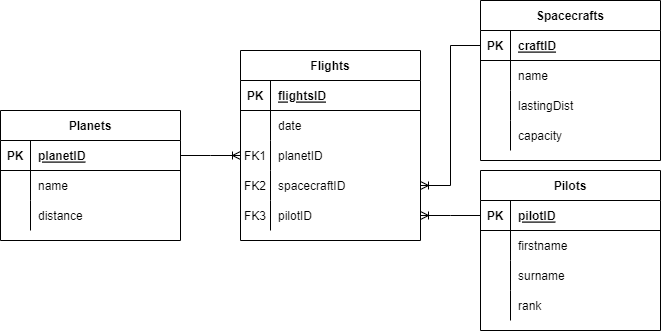
Kolesa-Education/kolesa-upgrade-homework-4 keeps this draw.io diagram as part1/task1.png. Above is the earlier version. Source tidied: cells renumbered, new cells last; positions are measured from the earlier drawing's top-left corner, leaving out a move shared by most shapes. The source it was exported from:
```xml
<mxGraphModel>
  <root>
    <mxCell id="0" />
    <mxCell id="1" parent="0" />
    <mxCell id="2" value="Flights" style="shape=table;startSize=30;rowLines=0;fontStyle=1;align=center;strokeColor=#000000;fontColor=#000000;fillColor=none;" parent="1" vertex="1">
      <mxGeometry x="240" y="50" width="180" height="190" as="geometry" />
    </mxCell>
    <mxCell id="3" style="shape=tableRow;horizontal=0;startSize=0;swimlaneHead=0;swimlaneBody=0;fillColor=none;top=0;left=0;right=0;bottom=1;strokeColor=#000000;fontColor=#000000;" parent="2" vertex="1">
      <mxGeometry y="30" width="180" height="30" as="geometry" />
    </mxCell>
    <mxCell id="4" value="PK" style="shape=partialRectangle;fillColor=none;top=0;left=0;bottom=0;right=0;fontStyle=1;overflow=hidden;strokeColor=#000000;fontColor=#000000;" parent="3" vertex="1">
      <mxGeometry width="30" height="30" as="geometry" />
    </mxCell>
    <mxCell id="5" value="flightsID" style="shape=partialRectangle;fillColor=none;top=0;left=0;bottom=0;right=0;align=left;spacingLeft=6;fontStyle=5;overflow=hidden;strokeColor=#000000;fontColor=#000000;" parent="3" vertex="1">
      <mxGeometry x="30" width="150" height="30" as="geometry" />
    </mxCell>
    <mxCell id="6" style="shape=tableRow;horizontal=0;startSize=0;swimlaneHead=0;swimlaneBody=0;fillColor=none;top=0;left=0;right=0;bottom=0;strokeColor=#000000;fontColor=#000000;" parent="2" vertex="1">
      <mxGeometry y="60" width="180" height="30" as="geometry" />
    </mxCell>
    <mxCell id="7" style="shape=partialRectangle;fillColor=none;top=0;left=0;bottom=0;right=0;overflow=hidden;strokeColor=#000000;fontColor=#000000;" parent="6" vertex="1">
      <mxGeometry width="30" height="30" as="geometry" />
    </mxCell>
    <mxCell id="8" value="date" style="shape=partialRectangle;fillColor=none;top=0;left=0;bottom=0;right=0;align=left;spacingLeft=6;overflow=hidden;strokeColor=#000000;fontColor=#000000;" parent="6" vertex="1">
      <mxGeometry x="30" width="150" height="30" as="geometry" />
    </mxCell>
    <mxCell id="9" style="shape=tableRow;horizontal=0;startSize=0;swimlaneHead=0;swimlaneBody=0;fillColor=none;points=[[0,0.5],[1,0.5]];portConstraint=eastwest;top=0;left=0;right=0;bottom=0;strokeColor=#000000;fontColor=#000000;" parent="2" vertex="1">
      <mxGeometry y="90" width="180" height="30" as="geometry" />
    </mxCell>
    <mxCell id="10" value="FK1" style="shape=partialRectangle;fillColor=none;top=0;left=0;bottom=0;right=0;overflow=hidden;strokeColor=#000000;fontColor=#000000;" parent="9" vertex="1">
      <mxGeometry width="30" height="30" as="geometry" />
    </mxCell>
    <mxCell id="11" value="planetID" style="shape=partialRectangle;fillColor=none;top=0;left=0;bottom=0;right=0;align=left;spacingLeft=6;overflow=hidden;strokeColor=#000000;fontColor=#000000;" parent="9" vertex="1">
      <mxGeometry x="30" width="150" height="30" as="geometry" />
    </mxCell>
    <mxCell id="12" style="shape=tableRow;horizontal=0;startSize=0;swimlaneHead=0;swimlaneBody=0;fillColor=none;points=[[0,0.5],[1,0.5]];portConstraint=eastwest;top=0;left=0;right=0;bottom=0;strokeColor=#000000;fontColor=#000000;" parent="2" vertex="1">
      <mxGeometry y="120" width="180" height="30" as="geometry" />
    </mxCell>
    <mxCell id="13" value="FK2" style="shape=partialRectangle;fillColor=none;top=0;left=0;bottom=0;right=0;overflow=hidden;strokeColor=#000000;fontColor=#000000;" parent="12" vertex="1">
      <mxGeometry width="30" height="30" as="geometry" />
    </mxCell>
    <mxCell id="14" value="spacecraftID" style="shape=partialRectangle;fillColor=none;top=0;left=0;bottom=0;right=0;align=left;spacingLeft=6;overflow=hidden;strokeColor=#000000;fontColor=#000000;" parent="12" vertex="1">
      <mxGeometry x="30" width="150" height="30" as="geometry" />
    </mxCell>
    <mxCell id="15" style="shape=tableRow;horizontal=0;startSize=0;swimlaneHead=0;swimlaneBody=0;fillColor=none;points=[[0,0.5],[1,0.5]];portConstraint=eastwest;top=0;left=0;right=0;bottom=0;strokeColor=#000000;fontColor=#000000;" parent="2" vertex="1">
      <mxGeometry y="150" width="180" height="30" as="geometry" />
    </mxCell>
    <mxCell id="16" value="FK3" style="shape=partialRectangle;fillColor=none;top=0;left=0;bottom=0;right=0;overflow=hidden;strokeColor=#000000;fontColor=#000000;" parent="15" vertex="1">
      <mxGeometry width="30" height="30" as="geometry" />
    </mxCell>
    <mxCell id="17" value="pilotID" style="shape=partialRectangle;fillColor=none;top=0;left=0;bottom=0;right=0;align=left;spacingLeft=6;overflow=hidden;strokeColor=#000000;fontColor=#000000;" parent="15" vertex="1">
      <mxGeometry x="30" width="150" height="30" as="geometry" />
    </mxCell>
    <mxCell id="18" value="Planets" style="shape=table;startSize=30;rowLines=0;fontStyle=1;align=center;strokeColor=#000000;fontColor=#000000;fillColor=none;" parent="1" vertex="1">
      <mxGeometry y="110" width="180" height="130" as="geometry" />
    </mxCell>
    <mxCell id="19" style="shape=tableRow;horizontal=0;startSize=0;swimlaneHead=0;swimlaneBody=0;fillColor=none;points=[[0,0.5],[1,0.5]];portConstraint=eastwest;top=0;left=0;right=0;bottom=1;strokeColor=#000000;fontColor=#000000;" parent="18" vertex="1">
      <mxGeometry y="30" width="180" height="30" as="geometry" />
    </mxCell>
    <mxCell id="20" value="PK" style="shape=partialRectangle;fillColor=none;top=0;left=0;bottom=0;right=0;fontStyle=1;overflow=hidden;strokeColor=#000000;fontColor=#000000;" parent="19" vertex="1">
      <mxGeometry width="30" height="30" as="geometry" />
    </mxCell>
    <mxCell id="21" value="planetID" style="shape=partialRectangle;fillColor=none;top=0;left=0;bottom=0;right=0;align=left;spacingLeft=6;fontStyle=5;overflow=hidden;strokeColor=#000000;fontColor=#000000;" parent="19" vertex="1">
      <mxGeometry x="30" width="150" height="30" as="geometry" />
    </mxCell>
    <mxCell id="22" style="shape=tableRow;horizontal=0;startSize=0;swimlaneHead=0;swimlaneBody=0;fillColor=none;top=0;left=0;right=0;bottom=0;strokeColor=#000000;fontColor=#000000;" parent="18" vertex="1">
      <mxGeometry y="60" width="180" height="30" as="geometry" />
    </mxCell>
    <mxCell id="23" style="shape=partialRectangle;fillColor=none;top=0;left=0;bottom=0;right=0;overflow=hidden;strokeColor=#000000;fontColor=#000000;" parent="22" vertex="1">
      <mxGeometry width="30" height="30" as="geometry" />
    </mxCell>
    <mxCell id="24" value="name" style="shape=partialRectangle;fillColor=none;top=0;left=0;bottom=0;right=0;align=left;spacingLeft=6;overflow=hidden;strokeColor=#000000;fontColor=#000000;" parent="22" vertex="1">
      <mxGeometry x="30" width="150" height="30" as="geometry" />
    </mxCell>
    <mxCell id="25" style="shape=tableRow;horizontal=0;startSize=0;swimlaneHead=0;swimlaneBody=0;fillColor=none;top=0;left=0;right=0;bottom=0;strokeColor=#000000;fontColor=#000000;" parent="18" vertex="1">
      <mxGeometry y="90" width="180" height="30" as="geometry" />
    </mxCell>
    <mxCell id="26" style="shape=partialRectangle;fillColor=none;top=0;left=0;bottom=0;right=0;overflow=hidden;strokeColor=#000000;fontColor=#000000;" parent="25" vertex="1">
      <mxGeometry width="30" height="30" as="geometry" />
    </mxCell>
    <mxCell id="27" value="distance" style="shape=partialRectangle;fillColor=none;top=0;left=0;bottom=0;right=0;align=left;spacingLeft=6;overflow=hidden;strokeColor=#000000;fontColor=#000000;" parent="25" vertex="1">
      <mxGeometry x="30" width="150" height="30" as="geometry" />
    </mxCell>
    <mxCell id="28" value="Pilots" style="shape=table;startSize=30;rowLines=0;fontStyle=1;align=center;strokeColor=#000000;fontColor=#000000;fillColor=none;" parent="1" vertex="1">
      <mxGeometry x="480" y="170" width="180" height="160" as="geometry" />
    </mxCell>
    <mxCell id="29" style="shape=tableRow;horizontal=0;startSize=0;swimlaneHead=0;swimlaneBody=0;fillColor=none;points=[[0,0.5],[1,0.5]];portConstraint=eastwest;top=0;left=0;right=0;bottom=1;strokeColor=#000000;fontColor=#000000;" parent="28" vertex="1">
      <mxGeometry y="30" width="180" height="30" as="geometry" />
    </mxCell>
    <mxCell id="30" value="PK" style="shape=partialRectangle;fillColor=none;top=0;left=0;bottom=0;right=0;fontStyle=1;overflow=hidden;strokeColor=#000000;fontColor=#000000;" parent="29" vertex="1">
      <mxGeometry width="30" height="30" as="geometry" />
    </mxCell>
    <mxCell id="31" value="pilotID" style="shape=partialRectangle;fillColor=none;top=0;left=0;bottom=0;right=0;align=left;spacingLeft=6;fontStyle=5;overflow=hidden;strokeColor=#000000;fontColor=#000000;" parent="29" vertex="1">
      <mxGeometry x="30" width="150" height="30" as="geometry" />
    </mxCell>
    <mxCell id="32" style="shape=tableRow;horizontal=0;startSize=0;swimlaneHead=0;swimlaneBody=0;fillColor=none;top=0;left=0;right=0;bottom=0;strokeColor=#000000;fontColor=#000000;" parent="28" vertex="1">
      <mxGeometry y="60" width="180" height="30" as="geometry" />
    </mxCell>
    <mxCell id="33" style="shape=partialRectangle;fillColor=none;top=0;left=0;bottom=0;right=0;overflow=hidden;strokeColor=#000000;fontColor=#000000;" parent="32" vertex="1">
      <mxGeometry width="30" height="30" as="geometry" />
    </mxCell>
    <mxCell id="34" value="firstname" style="shape=partialRectangle;fillColor=none;top=0;left=0;bottom=0;right=0;align=left;spacingLeft=6;overflow=hidden;strokeColor=#000000;fontColor=#000000;" parent="32" vertex="1">
      <mxGeometry x="30" width="150" height="30" as="geometry" />
    </mxCell>
    <mxCell id="35" style="shape=tableRow;horizontal=0;startSize=0;swimlaneHead=0;swimlaneBody=0;fillColor=none;top=0;left=0;right=0;bottom=0;strokeColor=#000000;fontColor=#000000;" parent="28" vertex="1">
      <mxGeometry y="90" width="180" height="30" as="geometry" />
    </mxCell>
    <mxCell id="36" style="shape=partialRectangle;fillColor=none;top=0;left=0;bottom=0;right=0;overflow=hidden;strokeColor=#000000;fontColor=#000000;" parent="35" vertex="1">
      <mxGeometry width="30" height="30" as="geometry" />
    </mxCell>
    <mxCell id="37" value="surname" style="shape=partialRectangle;fillColor=none;top=0;left=0;bottom=0;right=0;align=left;spacingLeft=6;overflow=hidden;strokeColor=#000000;fontColor=#000000;" parent="35" vertex="1">
      <mxGeometry x="30" width="150" height="30" as="geometry" />
    </mxCell>
    <mxCell id="38" style="shape=tableRow;horizontal=0;startSize=0;swimlaneHead=0;swimlaneBody=0;fillColor=none;top=0;left=0;right=0;bottom=0;strokeColor=#000000;fontColor=#000000;" parent="28" vertex="1">
      <mxGeometry y="120" width="180" height="30" as="geometry" />
    </mxCell>
    <mxCell id="39" style="shape=partialRectangle;fillColor=none;top=0;left=0;bottom=0;right=0;overflow=hidden;strokeColor=#000000;fontColor=#000000;" parent="38" vertex="1">
      <mxGeometry width="30" height="30" as="geometry" />
    </mxCell>
    <mxCell id="40" value="rank" style="shape=partialRectangle;fillColor=none;top=0;left=0;bottom=0;right=0;align=left;spacingLeft=6;overflow=hidden;strokeColor=#000000;fontColor=#000000;" parent="38" vertex="1">
      <mxGeometry x="30" width="150" height="30" as="geometry" />
    </mxCell>
    <mxCell id="41" value="Spacecrafts" style="shape=table;startSize=30;rowLines=0;fontStyle=1;align=center;strokeColor=#000000;fontColor=#000000;fillColor=none;" parent="1" vertex="1">
      <mxGeometry x="480" width="180" height="160" as="geometry" />
    </mxCell>
    <mxCell id="42" style="shape=tableRow;horizontal=0;startSize=0;swimlaneHead=0;swimlaneBody=0;fillColor=none;points=[[0,0.5],[1,0.5]];portConstraint=eastwest;top=0;left=0;right=0;bottom=1;strokeColor=#000000;fontColor=#000000;" parent="41" vertex="1">
      <mxGeometry y="30" width="180" height="30" as="geometry" />
    </mxCell>
    <mxCell id="43" value="PK" style="shape=partialRectangle;fillColor=none;top=0;left=0;bottom=0;right=0;fontStyle=1;overflow=hidden;strokeColor=#000000;fontColor=#000000;" parent="42" vertex="1">
      <mxGeometry width="30" height="30" as="geometry" />
    </mxCell>
    <mxCell id="44" value="craftID" style="shape=partialRectangle;fillColor=none;top=0;left=0;bottom=0;right=0;align=left;spacingLeft=6;fontStyle=5;overflow=hidden;strokeColor=#000000;fontColor=#000000;" parent="42" vertex="1">
      <mxGeometry x="30" width="150" height="30" as="geometry" />
    </mxCell>
    <mxCell id="45" style="shape=tableRow;horizontal=0;startSize=0;swimlaneHead=0;swimlaneBody=0;fillColor=none;top=0;left=0;right=0;bottom=0;strokeColor=#000000;fontColor=#000000;" parent="41" vertex="1">
      <mxGeometry y="60" width="180" height="30" as="geometry" />
    </mxCell>
    <mxCell id="46" style="shape=partialRectangle;fillColor=none;top=0;left=0;bottom=0;right=0;overflow=hidden;strokeColor=#000000;fontColor=#000000;" parent="45" vertex="1">
      <mxGeometry width="30" height="30" as="geometry" />
    </mxCell>
    <mxCell id="47" value="name" style="shape=partialRectangle;fillColor=none;top=0;left=0;bottom=0;right=0;align=left;spacingLeft=6;overflow=hidden;strokeColor=#000000;fontColor=#000000;" parent="45" vertex="1">
      <mxGeometry x="30" width="150" height="30" as="geometry" />
    </mxCell>
    <mxCell id="48" style="shape=tableRow;horizontal=0;startSize=0;swimlaneHead=0;swimlaneBody=0;fillColor=none;top=0;left=0;right=0;bottom=0;strokeColor=#000000;fontColor=#000000;" parent="41" vertex="1">
      <mxGeometry y="90" width="180" height="30" as="geometry" />
    </mxCell>
    <mxCell id="49" style="shape=partialRectangle;fillColor=none;top=0;left=0;bottom=0;right=0;overflow=hidden;strokeColor=#000000;fontColor=#000000;" parent="48" vertex="1">
      <mxGeometry width="30" height="30" as="geometry" />
    </mxCell>
    <mxCell id="50" value="lastingDist" style="shape=partialRectangle;fillColor=none;top=0;left=0;bottom=0;right=0;align=left;spacingLeft=6;overflow=hidden;strokeColor=#000000;fontColor=#000000;" parent="48" vertex="1">
      <mxGeometry x="30" width="150" height="30" as="geometry" />
    </mxCell>
    <mxCell id="51" style="shape=tableRow;horizontal=0;startSize=0;swimlaneHead=0;swimlaneBody=0;fillColor=none;top=0;left=0;right=0;bottom=0;strokeColor=#000000;fontColor=#000000;" parent="41" vertex="1">
      <mxGeometry y="120" width="180" height="30" as="geometry" />
    </mxCell>
    <mxCell id="52" style="shape=partialRectangle;fillColor=none;top=0;left=0;bottom=0;right=0;overflow=hidden;strokeColor=#000000;fontColor=#000000;" parent="51" vertex="1">
      <mxGeometry width="30" height="30" as="geometry" />
    </mxCell>
    <mxCell id="53" value="capacity" style="shape=partialRectangle;fillColor=none;top=0;left=0;bottom=0;right=0;align=left;spacingLeft=6;overflow=hidden;strokeColor=#000000;fontColor=#000000;" parent="51" vertex="1">
      <mxGeometry x="30" width="150" height="30" as="geometry" />
    </mxCell>
    <mxCell id="54" style="edgeStyle=entityRelationEdgeStyle;fontSize=12;html=1;endArrow=ERoneToMany;rounded=0;fontColor=#000000;elbow=vertical;entryX=1;entryY=0.5;entryDx=0;entryDy=0;exitX=0;exitY=0.5;exitDx=0;exitDy=0;" parent="1" edge="1" source="42" target="12">
      <mxGeometry relative="1" as="geometry" />
    </mxCell>
    <mxCell id="55" style="edgeStyle=entityRelationEdgeStyle;fontSize=12;html=1;endArrow=ERoneToMany;rounded=0;fontColor=#000000;elbow=vertical;entryX=1;entryY=0.5;entryDx=0;entryDy=0;exitX=0;exitY=0.5;exitDx=0;exitDy=0;" parent="1" edge="1" source="29" target="15">
      <mxGeometry relative="1" as="geometry" />
    </mxCell>
    <mxCell id="56" style="edgeStyle=entityRelationEdgeStyle;fontSize=12;html=1;endArrow=ERoneToMany;rounded=0;exitX=1;exitY=0.5;exitDx=0;exitDy=0;entryX=0;entryY=0.5;entryDx=0;entryDy=0;" parent="1" edge="1" source="19" target="9">
      <mxGeometry relative="1" as="geometry" />
    </mxCell>
  </root>
</mxGraphModel>
```
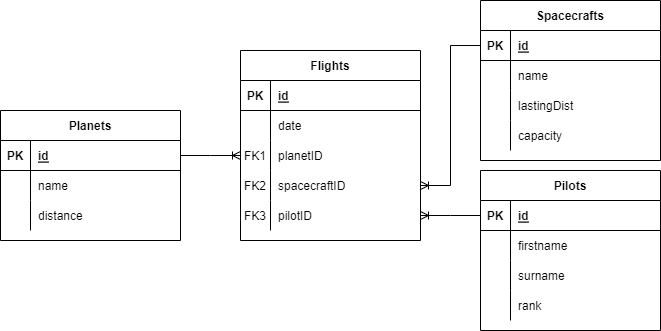
After the commit.

Commit message:
Fazyl-home-work

Diff of the diagram source:
```diff
@@ -11,7 +11,7 @@
     <mxCell id="4" value="PK" style="shape=partialRectangle;fillColor=none;top=0;left=0;bottom=0;right=0;fontStyle=1;overflow=hidden;strokeColor=#000000;fontColor=#000000;" parent="3" vertex="1">
       <mxGeometry width="30" height="30" as="geometry" />
     </mxCell>
-    <mxCell id="5" value="flightsID" style="shape=partialRectangle;fillColor=none;top=0;left=0;bottom=0;right=0;align=left;spacingLeft=6;fontStyle=5;overflow=hidden;strokeColor=#000000;fontColor=#000000;" parent="3" vertex="1">
+    <mxCell id="5" value="id" style="shape=partialRectangle;fillColor=none;top=0;left=0;bottom=0;right=0;align=left;spacingLeft=6;fontStyle=5;overflow=hidden;strokeColor=#000000;fontColor=#000000;" parent="3" vertex="1">
       <mxGeometry x="30" width="150" height="30" as="geometry" />
     </mxCell>
     <mxCell id="6" style="shape=tableRow;horizontal=0;startSize=0;swimlaneHead=0;swimlaneBody=0;fillColor=none;top=0;left=0;right=0;bottom=0;strokeColor=#000000;fontColor=#000000;" parent="2" vertex="1">
@@ -59,7 +59,7 @@
     <mxCell id="20" value="PK" style="shape=partialRectangle;fillColor=none;top=0;left=0;bottom=0;right=0;fontStyle=1;overflow=hidden;strokeColor=#000000;fontColor=#000000;" parent="19" vertex="1">
       <mxGeometry width="30" height="30" as="geometry" />
     </mxCell>
-    <mxCell id="21" value="planetID" style="shape=partialRectangle;fillColor=none;top=0;left=0;bottom=0;right=0;align=left;spacingLeft=6;fontStyle=5;overflow=hidden;strokeColor=#000000;fontColor=#000000;" parent="19" vertex="1">
+    <mxCell id="21" value="id" style="shape=partialRectangle;fillColor=none;top=0;left=0;bottom=0;right=0;align=left;spacingLeft=6;fontStyle=5;overflow=hidden;strokeColor=#000000;fontColor=#000000;" parent="19" vertex="1">
       <mxGeometry x="30" width="150" height="30" as="geometry" />
     </mxCell>
     <mxCell id="22" style="shape=tableRow;horizontal=0;startSize=0;swimlaneHead=0;swimlaneBody=0;fillColor=none;top=0;left=0;right=0;bottom=0;strokeColor=#000000;fontColor=#000000;" parent="18" vertex="1">
@@ -89,7 +89,7 @@
     <mxCell id="30" value="PK" style="shape=partialRectangle;fillColor=none;top=0;left=0;bottom=0;right=0;fontStyle=1;overflow=hidden;strokeColor=#000000;fontColor=#000000;" parent="29" vertex="1">
       <mxGeometry width="30" height="30" as="geometry" />
     </mxCell>
-    <mxCell id="31" value="pilotID" style="shape=partialRectangle;fillColor=none;top=0;left=0;bottom=0;right=0;align=left;spacingLeft=6;fontStyle=5;overflow=hidden;strokeColor=#000000;fontColor=#000000;" parent="29" vertex="1">
+    <mxCell id="31" value="id" style="shape=partialRectangle;fillColor=none;top=0;left=0;bottom=0;right=0;align=left;spacingLeft=6;fontStyle=5;overflow=hidden;strokeColor=#000000;fontColor=#000000;" parent="29" vertex="1">
       <mxGeometry x="30" width="150" height="30" as="geometry" />
     </mxCell>
     <mxCell id="32" style="shape=tableRow;horizontal=0;startSize=0;swimlaneHead=0;swimlaneBody=0;fillColor=none;top=0;left=0;right=0;bottom=0;strokeColor=#000000;fontColor=#000000;" parent="28" vertex="1">
@@ -128,7 +128,7 @@
     <mxCell id="43" value="PK" style="shape=partialRectangle;fillColor=none;top=0;left=0;bottom=0;right=0;fontStyle=1;overflow=hidden;strokeColor=#000000;fontColor=#000000;" parent="42" vertex="1">
       <mxGeometry width="30" height="30" as="geometry" />
     </mxCell>
-    <mxCell id="44" value="craftID" style="shape=partialRectangle;fillColor=none;top=0;left=0;bottom=0;right=0;align=left;spacingLeft=6;fontStyle=5;overflow=hidden;strokeColor=#000000;fontColor=#000000;" parent="42" vertex="1">
+    <mxCell id="44" value="id" style="shape=partialRectangle;fillColor=none;top=0;left=0;bottom=0;right=0;align=left;spacingLeft=6;fontStyle=5;overflow=hidden;strokeColor=#000000;fontColor=#000000;" parent="42" vertex="1">
       <mxGeometry x="30" width="150" height="30" as="geometry" />
     </mxCell>
     <mxCell id="45" style="shape=tableRow;horizontal=0;startSize=0;swimlaneHead=0;swimlaneBody=0;fillColor=none;top=0;left=0;right=0;bottom=0;strokeColor=#000000;fontColor=#000000;" parent="41" vertex="1">
```
